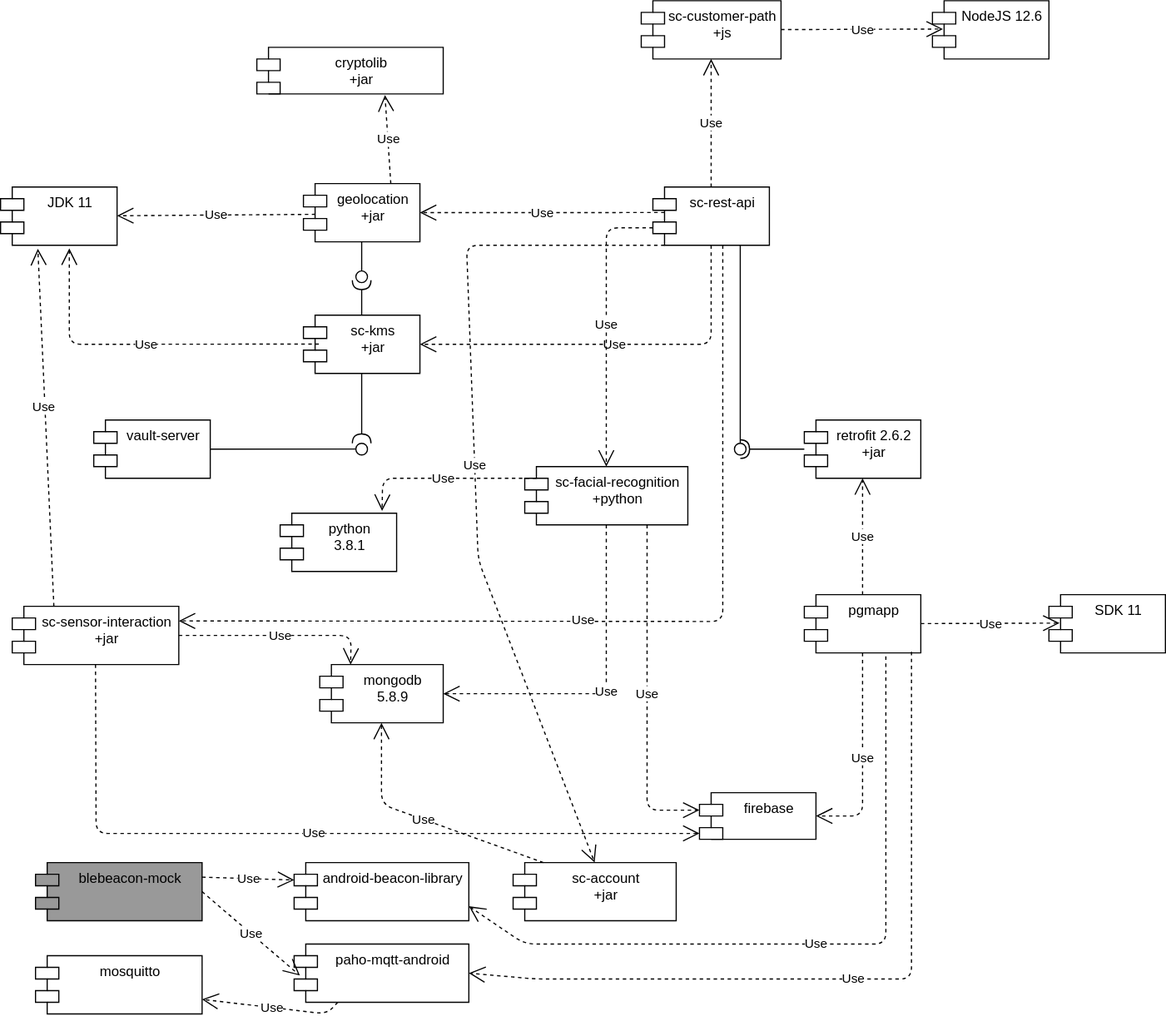
The draw.io diagram diagrams/ComponentDiagram.svg in jessicaraman/pds-stardust, before a commit. Source tidied: cells renumbered, new cells last; positions are measured from the earlier drawing's top-left corner, leaving out a move shared by most shapes.
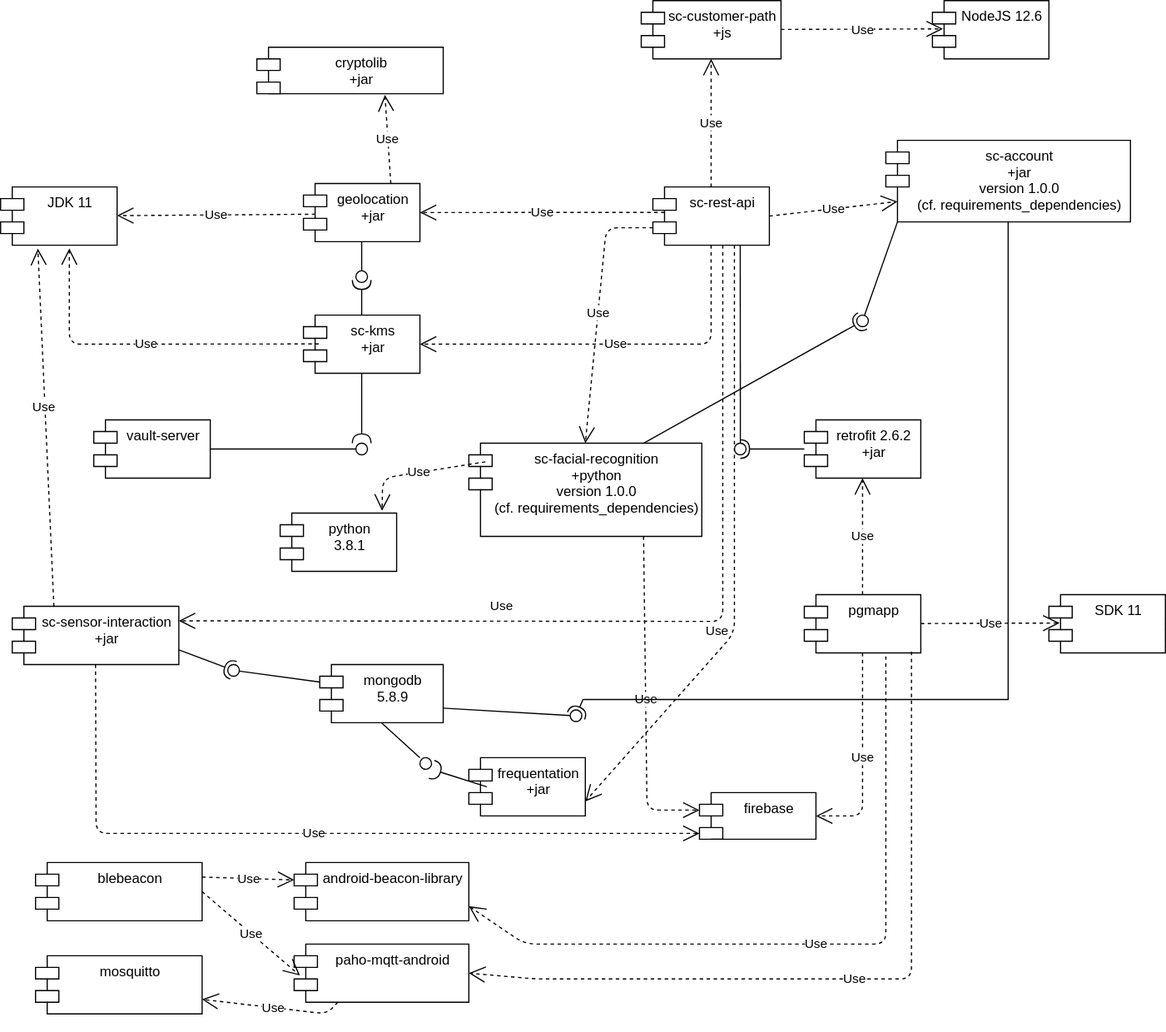
The same file after the commit.

Commit message:
put back THE RIGHT DIAGRAM WITH THE CORRECT VERSION...

Change to the diagram source:
```diff
@@ -92,8 +92,8 @@
     <mxCell id="27" value="Use" style="endArrow=open;endSize=12;dashed=1;html=1;entryX=0.091;entryY=0.488;entryDx=0;entryDy=0;entryPerimeter=0;" parent="1" edge="1" source="6" target="13">
       <mxGeometry relative="1" as="geometry" />
     </mxCell>
-    <mxCell id="28" value="sc-facial-recognition&#10;+python" style="shape=module;align=left;spacingLeft=20;align=center;verticalAlign=top;" parent="1" vertex="1">
-      <mxGeometry x="450" y="400" width="140" height="50" as="geometry" />
+    <mxCell id="28" value="sc-facial-recognition&#10;+python&#10;version 1.0.0&#10;(cf. requirements_dependencies)" style="shape=module;align=left;spacingLeft=20;align=center;verticalAlign=top;" parent="1" vertex="1">
+      <mxGeometry x="402" y="380" width="200" height="80" as="geometry" />
     </mxCell>
     <mxCell id="29" value="mongodb&#10;5.8.9" style="shape=module;align=left;spacingLeft=20;align=center;verticalAlign=top;" parent="1" vertex="1">
       <mxGeometry x="274" y="570" width="106" height="50" as="geometry" />
@@ -108,13 +108,6 @@
         </Array>
       </mxGeometry>
     </mxCell>
-    <mxCell id="32" value="Use" style="endArrow=open;endSize=12;dashed=1;html=1;exitX=0.5;exitY=1;exitDx=0;exitDy=0;entryX=1;entryY=0.5;entryDx=0;entryDy=0;" parent="1" edge="1" source="28" target="29">
-      <mxGeometry relative="1" as="geometry">
-        <Array as="points">
-          <mxPoint x="520" y="595" />
-        </Array>
-      </mxGeometry>
-    </mxCell>
     <mxCell id="33" value="Use" style="endArrow=open;endSize=12;dashed=1;html=1;exitX=0.75;exitY=1;exitDx=0;exitDy=0;entryX=0;entryY=0;entryDx=0;entryDy=15;entryPerimeter=0;" parent="1" edge="1" source="28" target="30">
       <mxGeometry relative="1" as="geometry">
         <Array as="points">
@@ -142,14 +135,6 @@
     <mxCell id="37" value="sc-sensor-interaction&#10;+jar" style="shape=module;align=left;spacingLeft=20;align=center;verticalAlign=top;" parent="1" vertex="1">
       <mxGeometry x="10" y="520" width="143" height="50" as="geometry" />
     </mxCell>
-    <mxCell id="38" value="Use" style="endArrow=open;endSize=12;dashed=1;html=1;exitX=1;exitY=0.5;exitDx=0;exitDy=0;entryX=0.25;entryY=0;entryDx=0;entryDy=0;" parent="1" edge="1" source="37" target="29">
-      <mxGeometry relative="1" as="geometry">
-        <Array as="points">
-          <mxPoint x="260" y="545" />
-          <mxPoint x="301" y="545" />
-        </Array>
-      </mxGeometry>
-    </mxCell>
     <mxCell id="39" value="Use" style="endArrow=open;endSize=12;dashed=1;html=1;exitX=0.5;exitY=1;exitDx=0;exitDy=0;entryX=0;entryY=0;entryDx=0;entryDy=35;entryPerimeter=0;" parent="1" edge="1" source="37" target="30">
       <mxGeometry relative="1" as="geometry">
         <Array as="points">
@@ -164,7 +149,7 @@
     <mxCell id="41" value="mosquitto" style="shape=module;align=left;spacingLeft=20;align=center;verticalAlign=top;" parent="1" vertex="1">
       <mxGeometry x="30" y="820" width="143" height="50" as="geometry" />
     </mxCell>
-    <mxCell id="42" value="blebeacon-mock" style="shape=module;align=left;spacingLeft=20;align=center;verticalAlign=top;fillColor=#999999;" parent="1" vertex="1">
+    <mxCell id="42" value="blebeacon" style="shape=module;align=left;spacingLeft=20;align=center;verticalAlign=top;" parent="1" vertex="1">
       <mxGeometry x="30" y="740" width="143" height="50" as="geometry" />
     </mxCell>
     <mxCell id="43" value="android-beacon-library" style="shape=module;align=left;spacingLeft=20;align=center;verticalAlign=top;" parent="1" vertex="1">
@@ -174,32 +159,19 @@
       <mxGeometry relative="1" as="geometry" />
     </mxCell>
     <mxCell id="45" value="Use" style="endArrow=open;endSize=12;dashed=1;html=1;entryX=1;entryY=0.25;entryDx=0;entryDy=0;" parent="1" edge="1" target="37">
-      <mxGeometry x="-0.18" y="-120" relative="1" as="geometry">
+      <mxGeometry x="0.3" y="-13" relative="1" as="geometry">
         <mxPoint x="620" y="210" as="sourcePoint" />
         <Array as="points">
           <mxPoint x="620" y="533" />
         </Array>
-        <mxPoint x="-120" y="119" as="offset" />
       </mxGeometry>
     </mxCell>
-    <mxCell id="46" value="sc-account&#10;+jar" style="shape=module;align=left;spacingLeft=20;align=center;verticalAlign=top;" parent="1" vertex="1">
-      <mxGeometry x="440" y="740" width="140" height="50" as="geometry" />
+    <mxCell id="46" value="sc-account&#10;+jar&#10;version 1.0.0&#10;(cf. requirements_dependencies)&#10;" style="shape=module;align=left;spacingLeft=20;align=center;verticalAlign=top;" parent="1" vertex="1">
+      <mxGeometry x="760" y="120" width="210" height="70" as="geometry" />
     </mxCell>
-    <mxCell id="47" value="Use" style="endArrow=open;endSize=12;dashed=1;html=1;exitX=0;exitY=1;exitDx=10;exitDy=0;entryX=0.5;entryY=0;entryDx=0;entryDy=0;exitPerimeter=0;" parent="1" edge="1" source="9" target="46">
-      <mxGeometry relative="1" as="geometry">
-        <Array as="points">
-          <mxPoint x="400" y="210" />
-          <mxPoint x="410" y="480" />
-        </Array>
-      </mxGeometry>
+    <mxCell id="47" value="Use" style="endArrow=open;endSize=12;dashed=1;html=1;exitX=1;exitY=0.5;exitDx=0;exitDy=0;entryX=0;entryY=0.75;entryDx=10;entryDy=0;entryPerimeter=0;" parent="1" edge="1" source="9" target="46">
+      <mxGeometry relative="1" as="geometry" />
     </mxCell>
-    <mxCell id="48" value="Use" style="endArrow=open;endSize=12;dashed=1;html=1;entryX=0.5;entryY=1;entryDx=0;entryDy=0;exitX=0.186;exitY=0;exitDx=0;exitDy=0;exitPerimeter=0;" parent="1" edge="1" source="46" target="29">
-      <mxGeometry relative="1" as="geometry">
-        <Array as="points">
-          <mxPoint x="327" y="690" />
-        </Array>
-      </mxGeometry>
-    </mxCell>
     <mxCell id="49" value="paho-mqtt-android" style="shape=module;align=left;spacingLeft=20;align=center;verticalAlign=top;" parent="1" vertex="1">
       <mxGeometry x="252" y="810" width="150" height="50" as="geometry" />
     </mxCell>
@@ -243,5 +215,60 @@
     <mxCell id="56" style="ellipse;whiteSpace=wrap;html=1;fontFamily=Helvetica;fontSize=12;fontColor=#000000;align=center;strokeColor=#000000;fillColor=#ffffff;" parent="1" vertex="1">
       <mxGeometry x="305" y="232" width="10" height="10" as="geometry" />
     </mxCell>
+    <mxCell id="57" style="rounded=0;jettySize=auto;html=1;endArrow=none;endFill=0;exitX=0;exitY=1;exitDx=10;exitDy=0;exitPerimeter=0;" parent="1" edge="1" source="46" target="59">
+      <mxGeometry relative="1" as="geometry" />
+    </mxCell>
+    <mxCell id="58" style="rounded=0;jettySize=auto;html=1;endArrow=halfCircle;endFill=0;entryX=0.5;entryY=0.5;entryDx=0;entryDy=0;endSize=6;strokeWidth=1;exitX=0.75;exitY=0;exitDx=0;exitDy=0;" parent="1" edge="1" source="28" target="59">
+      <mxGeometry relative="1" as="geometry" />
+    </mxCell>
+    <mxCell id="59" style="ellipse;whiteSpace=wrap;html=1;fontFamily=Helvetica;fontSize=12;fontColor=#000000;align=center;strokeColor=#000000;fillColor=#ffffff;points=[];" parent="1" vertex="1">
+      <mxGeometry x="735" y="270" width="10" height="10" as="geometry" />
+    </mxCell>
+    <mxCell id="60" style="rounded=0;jettySize=auto;html=1;endArrow=none;endFill=0;exitX=1;exitY=0.75;exitDx=0;exitDy=0;" parent="1" edge="1" source="29" target="62">
+      <mxGeometry relative="1" as="geometry" />
+    </mxCell>
+    <mxCell id="61" style="rounded=0;jettySize=auto;html=1;endArrow=halfCircle;endFill=0;entryX=0.5;entryY=0.5;entryDx=0;entryDy=0;endSize=6;strokeWidth=1;exitX=0.5;exitY=1;exitDx=0;exitDy=0;" parent="1" edge="1" source="46" target="62">
+      <mxGeometry relative="1" as="geometry">
+        <Array as="points">
+          <mxPoint x="865" y="600" />
+          <mxPoint x="500" y="600" />
+        </Array>
+      </mxGeometry>
+    </mxCell>
+    <mxCell id="62" style="ellipse;whiteSpace=wrap;html=1;fontFamily=Helvetica;fontSize=12;fontColor=#000000;align=center;strokeColor=#000000;fillColor=#ffffff;points=[];" parent="1" vertex="1">
+      <mxGeometry x="489" y="609" width="10" height="10" as="geometry" />
+    </mxCell>
+    <mxCell id="63" style="rounded=0;jettySize=auto;html=1;endArrow=none;endFill=0;exitX=0;exitY=0;exitDx=0;exitDy=15;exitPerimeter=0;" parent="1" edge="1" source="29" target="65">
+      <mxGeometry relative="1" as="geometry" />
+    </mxCell>
+    <mxCell id="64" style="rounded=0;jettySize=auto;html=1;endArrow=halfCircle;endFill=0;entryX=0.5;entryY=0.5;entryDx=0;entryDy=0;endSize=6;strokeWidth=1;exitX=1;exitY=0.75;exitDx=0;exitDy=0;" parent="1" edge="1" source="37" target="65">
+      <mxGeometry relative="1" as="geometry" />
+    </mxCell>
+    <mxCell id="65" style="ellipse;whiteSpace=wrap;html=1;fontFamily=Helvetica;fontSize=12;fontColor=#000000;align=center;strokeColor=#000000;fillColor=#ffffff;points=[];" parent="1" vertex="1">
+      <mxGeometry x="195" y="570" width="10" height="10" as="geometry" />
+    </mxCell>
+    <mxCell id="66" value="frequentation&#10;+jar" style="shape=module;align=left;spacingLeft=20;align=center;verticalAlign=top;" parent="1" vertex="1">
+      <mxGeometry x="402" y="650" width="100" height="50" as="geometry" />
+    </mxCell>
+    <mxCell id="67" style="rounded=0;jettySize=auto;html=1;endArrow=none;endFill=0;exitX=0.5;exitY=1;exitDx=0;exitDy=0;" parent="1" edge="1" source="29">
+      <mxGeometry relative="1" as="geometry">
+        <mxPoint x="360" y="650" as="targetPoint" />
+      </mxGeometry>
+    </mxCell>
+    <mxCell id="68" style="ellipse;whiteSpace=wrap;html=1;fontFamily=Helvetica;fontSize=12;fontColor=#000000;align=center;strokeColor=#000000;fillColor=#ffffff;" parent="1" vertex="1">
+      <mxGeometry x="360" y="650" width="10" height="10" as="geometry" />
+    </mxCell>
+    <mxCell id="69" style="rounded=0;jettySize=auto;html=1;endArrow=halfCircle;endFill=0;endSize=6;strokeWidth=1;exitX=0.154;exitY=0.5;exitDx=0;exitDy=0;exitPerimeter=0;" parent="1" edge="1" source="66">
+      <mxGeometry relative="1" as="geometry">
+        <mxPoint x="370" y="660" as="targetPoint" />
+      </mxGeometry>
+    </mxCell>
+    <mxCell id="70" value="Use" style="endArrow=open;endSize=12;dashed=1;html=1;entryX=1;entryY=0.75;entryDx=0;entryDy=0;exitX=0.7;exitY=1;exitDx=0;exitDy=0;exitPerimeter=0;" parent="1" edge="1" source="9" target="66">
+      <mxGeometry x="0.3" y="-13" relative="1" as="geometry">
+        <Array as="points">
+          <mxPoint x="630" y="543" />
+        </Array>
+      </mxGeometry>
+    </mxCell>
   </root>
 </mxGraphModel>
```
